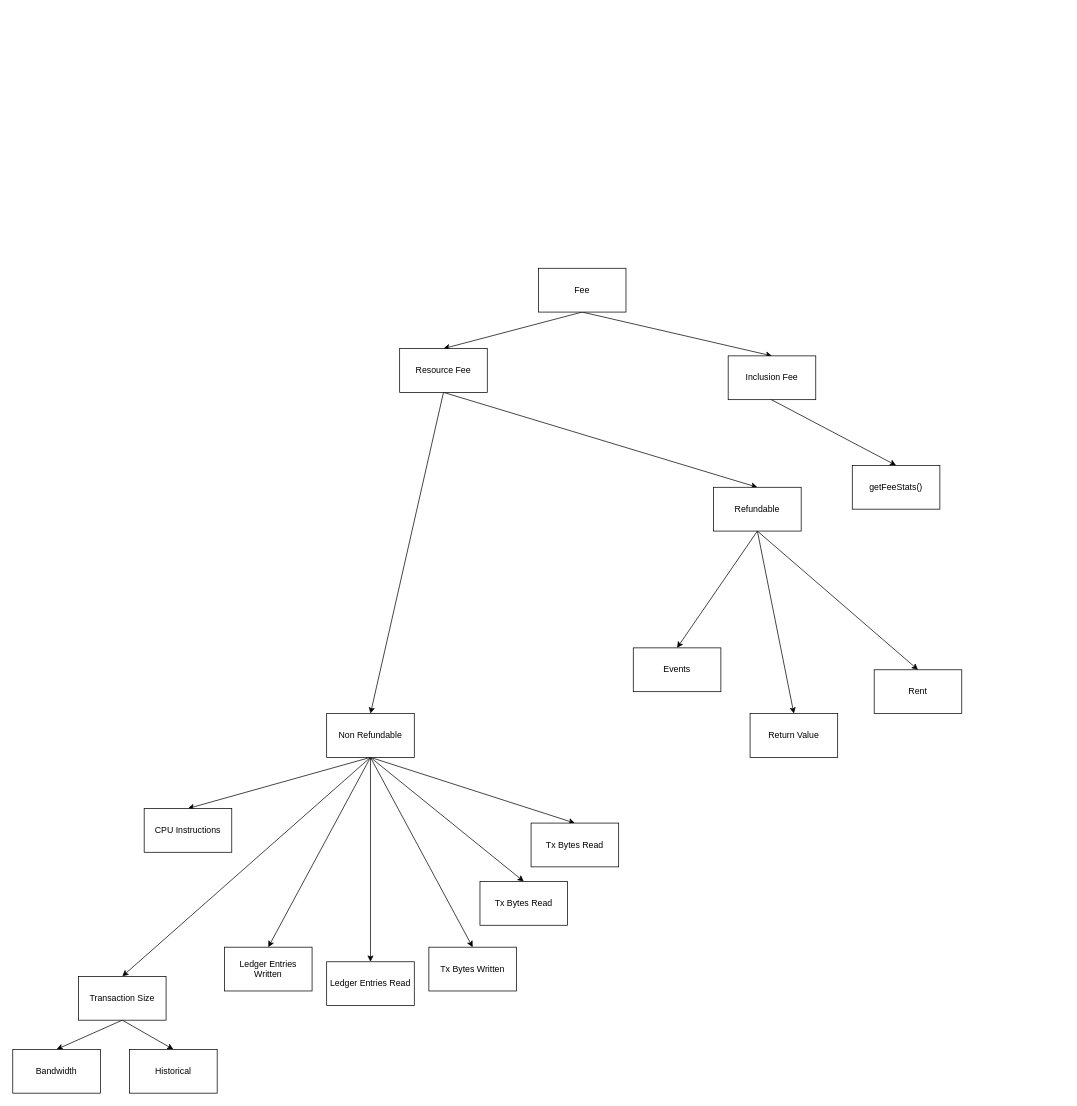
The draw.io diagram diagrams/breakdown.drawio in Omokami/fee-simulator, before the edit. Source tidied: cells renumbered, new cells numbered last; positions are measured from the earlier drawing's top-left corner, leaving out a move shared by most shapes. Both pictures are drawn from the tidied source at 73%, with x=0, y=0 at pixel (12, 268).
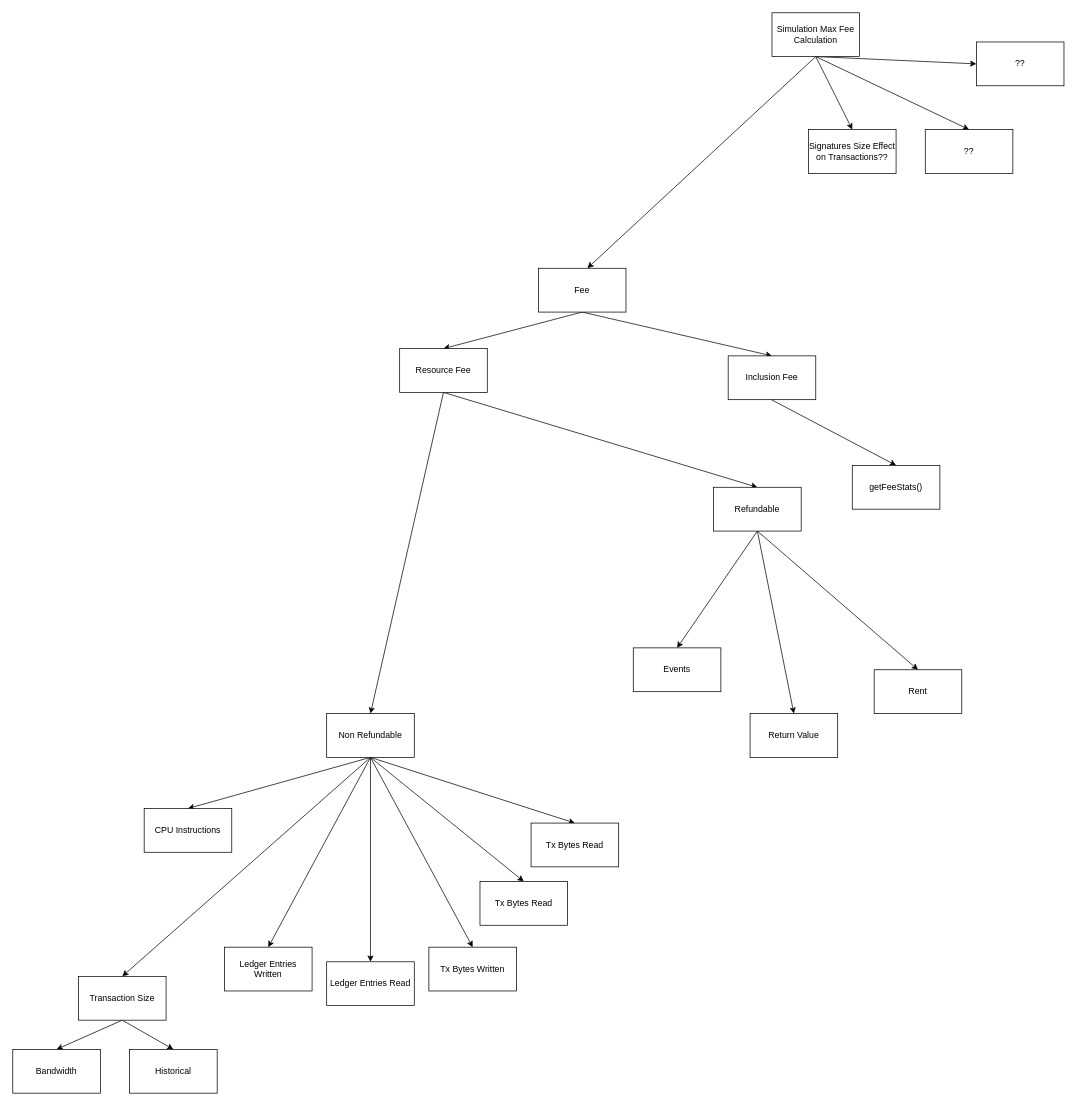
Above is the later version.

Unchanged cells that the change refers to:
```xml
<mxCell id="4" value="Fee" style="rounded=0;whiteSpace=wrap;html=1;" parent="1" vertex="1">
  <mxGeometry x="720" width="120" height="60" as="geometry" />
</mxCell>
```

Change to the diagram source:
```diff
@@
+    <mxCell id="37" style="edgeStyle=none;html=1;entryX=0.56;entryY=-0.003;entryDx=0;entryDy=0;entryPerimeter=0;exitX=0.5;exitY=1;exitDx=0;exitDy=0;" parent="1" edge="1" source="41" target="4">
+      <mxGeometry relative="1" as="geometry" />
+    </mxCell>
+    <mxCell id="38" style="edgeStyle=none;html=1;exitX=0.5;exitY=1;exitDx=0;exitDy=0;entryX=0.5;entryY=0;entryDx=0;entryDy=0;" parent="1" edge="1" source="41" target="43">
+      <mxGeometry relative="1" as="geometry" />
+    </mxCell>
+    <mxCell id="39" style="edgeStyle=none;html=1;exitX=0.5;exitY=1;exitDx=0;exitDy=0;entryX=0.5;entryY=0;entryDx=0;entryDy=0;" parent="1" edge="1" source="41" target="42">
+      <mxGeometry relative="1" as="geometry" />
+    </mxCell>
+    <mxCell id="40" style="edgeStyle=none;html=1;exitX=0.5;exitY=1;exitDx=0;exitDy=0;entryX=0;entryY=0.5;entryDx=0;entryDy=0;" parent="1" edge="1" source="41" target="44">
+      <mxGeometry relative="1" as="geometry" />
+    </mxCell>
+    <mxCell id="41" value="Simulation Max Fee Calculation" style="rounded=0;whiteSpace=wrap;html=1;" parent="1" vertex="1">
+      <mxGeometry x="1040" y="-350" width="120" height="60" as="geometry" />
+    </mxCell>
+    <mxCell id="42" value="??" style="rounded=0;whiteSpace=wrap;html=1;" parent="1" vertex="1">
+      <mxGeometry x="1250" y="-190" width="120" height="60" as="geometry" />
+    </mxCell>
+    <mxCell id="43" value="Signatures Size Effect on Transactions??" style="rounded=0;whiteSpace=wrap;html=1;" parent="1" vertex="1">
+      <mxGeometry x="1090" y="-190" width="120" height="60" as="geometry" />
+    </mxCell>
+    <mxCell id="44" value="??" style="rounded=0;whiteSpace=wrap;html=1;" parent="1" vertex="1">
+      <mxGeometry x="1320" y="-310" width="120" height="60" as="geometry" />
+    </mxCell>
```
